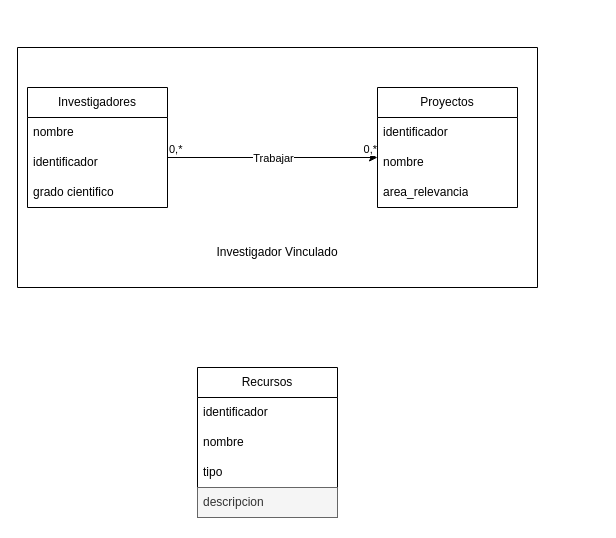
This is Untitled Diagram.drawio from frankperez-github/data-bases-diagrams, a draw.io file, before an edit. Source tidied: cells renumbered, new cells numbered last; positions are measured from the earlier drawing's top-left corner, leaving out a move shared by most shapes. Both pictures are drawn from the tidied source at 100%, with x=0, y=0 at pixel (17, 47).
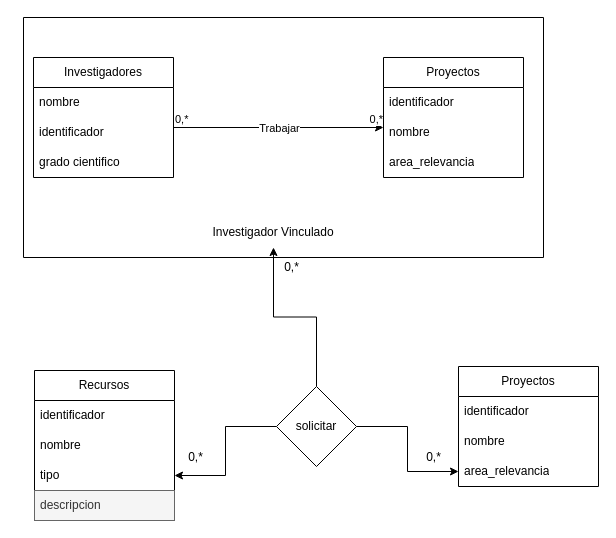
Above is the later version.

Unchanged cells that the change refers to:
```xml
<mxCell id="6" value="tipo" style="text;strokeColor=none;fillColor=none;align=left;verticalAlign=middle;spacingLeft=4;spacingRight=4;overflow=hidden;points=[[0,0.5],[1,0.5]];portConstraint=eastwest;whiteSpace=wrap;html=1;" parent="3" vertex="1">
  <mxGeometry y="90" width="140" height="30" as="geometry" />
</mxCell>
<mxCell id="21" style="swimlane;startSize=0;" parent="8" vertex="1">
  <mxGeometry width="520" height="240" as="geometry" />
</mxCell>
```

Diff of the diagram source:
```diff
@@
     <mxCell id="2" style="group;" parent="1" vertex="1">
-      <mxGeometry x="180" y="320" width="140" height="150" as="geometry" />
+      <mxGeometry x="17" y="323" width="140" height="150" as="geometry" />
     </mxCell>
@@
     <mxCell id="8" style="group;" parent="1" vertex="1">
-      <mxGeometry width="520" height="240" as="geometry" />
+      <mxGeometry x="6" y="-30" width="520" height="240" as="geometry" />
     </mxCell>
@@
     <mxCell id="22" value="Investigador Vinculado" style="text;html=1;strokeColor=none;fillColor=none;align=center;verticalAlign=middle;whiteSpace=wrap;rounded=0;" parent="21" vertex="1">
-      <mxGeometry x="175" y="190" width="170" height="30" as="geometry" />
+      <mxGeometry x="165" y="200" width="170" height="30" as="geometry" />
     </mxCell>
+    <mxCell id="23" value="Proyectos" style="swimlane;fontStyle=0;horizontal=1;startSize=30;whiteSpace=wrap;html=1;" parent="1" vertex="1">
+      <mxGeometry x="441" y="319" width="140" height="120" as="geometry" />
+    </mxCell>
+    <mxCell id="24" value="identificador&lt;span style=&quot;white-space: pre;&quot;&gt;&#9;&lt;/span&gt;" style="text;strokeColor=none;fillColor=none;align=left;verticalAlign=middle;spacingLeft=4;spacingRight=4;overflow=hidden;whiteSpace=wrap;html=1;" parent="23" vertex="1">
+      <mxGeometry y="30" width="140" height="30" as="geometry" />
+    </mxCell>
+    <mxCell id="25" value="nombre" style="text;strokeColor=none;fillColor=none;align=left;verticalAlign=middle;spacingLeft=4;spacingRight=4;overflow=hidden;whiteSpace=wrap;html=1;" parent="23" vertex="1">
+      <mxGeometry y="60" width="140" height="30" as="geometry" />
+    </mxCell>
+    <mxCell id="26" value="area_relevancia" style="text;strokeColor=none;fillColor=none;align=left;verticalAlign=middle;spacingLeft=4;spacingRight=4;overflow=hidden;points=[[0,0.5],[1,0.5]];portConstraint=eastwest;whiteSpace=wrap;html=1;" parent="23" vertex="1">
+      <mxGeometry y="90" width="140" height="30" as="geometry" />
+    </mxCell>
+    <mxCell id="27" style="edgeStyle=orthogonalEdgeStyle;rounded=0;jettySize=auto;html=1;" parent="1" edge="1" source="30" target="26">
+      <mxGeometry relative="1" as="geometry" />
+    </mxCell>
+    <mxCell id="28" style="edgeStyle=orthogonalEdgeStyle;rounded=0;jettySize=auto;html=1;" parent="1" edge="1" source="30" target="6">
+      <mxGeometry relative="1" as="geometry" />
+    </mxCell>
+    <mxCell id="29" style="edgeStyle=orthogonalEdgeStyle;rounded=0;jettySize=auto;html=1;" parent="1" edge="1" source="30" target="22">
+      <mxGeometry relative="1" as="geometry" />
+    </mxCell>
+    <mxCell id="30" value="solicitar" style="rhombus;whiteSpace=wrap;html=1;" parent="1" vertex="1">
+      <mxGeometry x="259" y="339" width="80" height="80" as="geometry" />
+    </mxCell>
+    <mxCell id="31" value="0,*" style="text;html=1;align=center;verticalAlign=middle;strokeColor=none;fillColor=none;" parent="1" vertex="1">
+      <mxGeometry x="257" y="207" width="33" height="26" as="geometry" />
+    </mxCell>
+    <mxCell id="32" value="0,*" style="text;html=1;align=center;verticalAlign=middle;strokeColor=none;fillColor=none;" parent="1" vertex="1">
+      <mxGeometry x="161" y="397" width="33" height="26" as="geometry" />
+    </mxCell>
+    <mxCell id="33" value="0,*" style="text;html=1;align=center;verticalAlign=middle;strokeColor=none;fillColor=none;" parent="1" vertex="1">
+      <mxGeometry x="399" y="397" width="33" height="26" as="geometry" />
+    </mxCell>
```
